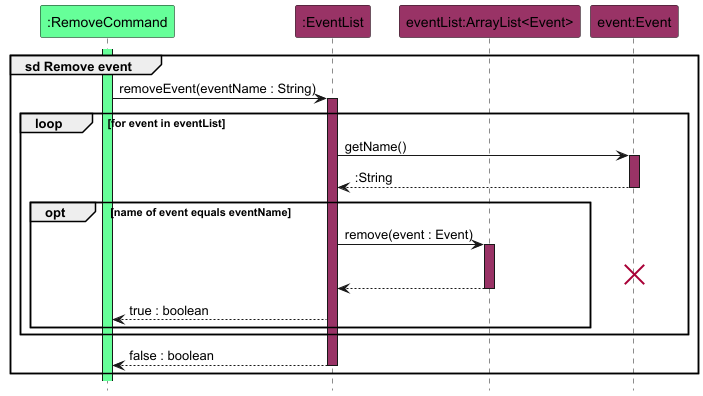
nus-cs2113-AY2425S1/tp keeps this PlantUML diagram as docs/images/RemoveEventSequenceDiagram.png. Above is the earlier version.
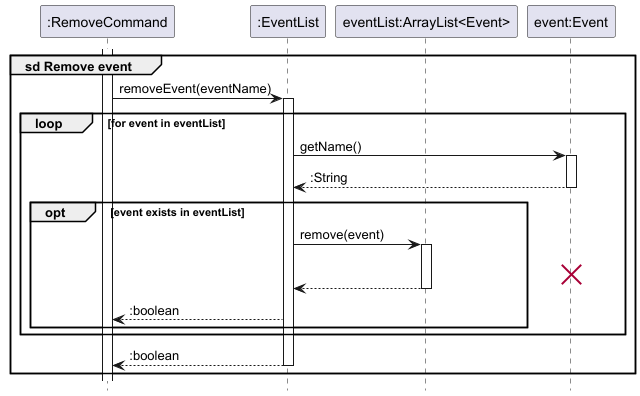
After the commit.

The edit, as a diff of the source:
```diff
@@ -2,30 +2,30 @@
 !include style.puml
 hide footbox
 
-participant ":RemoveCommand" as command COMMAND_COLOUR
-participant ":EventList" as eventList EVENT_COLOUR
-participant "eventList:ArrayList<Event>" as list EVENT_COLOUR
-participant "event:Event" as event EVENT_COLOUR
+participant ":RemoveCommand" as command
+participant ":EventList" as eventList
+participant "eventList:ArrayList<Event>" as list
+participant "event:Event" as event
 
 group sd Remove event
-    activate command COMMAND_COLOUR
+    activate command
 
-    command -> eventList : removeEvent(eventName : String)
-    activate eventList EVENT_COLOUR
+    command -> eventList : removeEvent(eventName)
+    activate eventList
     loop for event in eventList
         eventList -> event : getName()
-        activate event EVENT_COLOUR
+        activate event
         return :String
 
-        opt name of event equals eventName
-            eventList -> list : remove(event : Event)
-            activate list EVENT_COLOUR
+        opt event exists in eventList
+            eventList -> list : remove(event)
+            activate list
             destroy event
             return
-            eventList --> command : true : boolean
+            eventList --> command : :boolean
         end
     end
-    return false : boolean
+    return :boolean
 end
 
 @enduml
```
